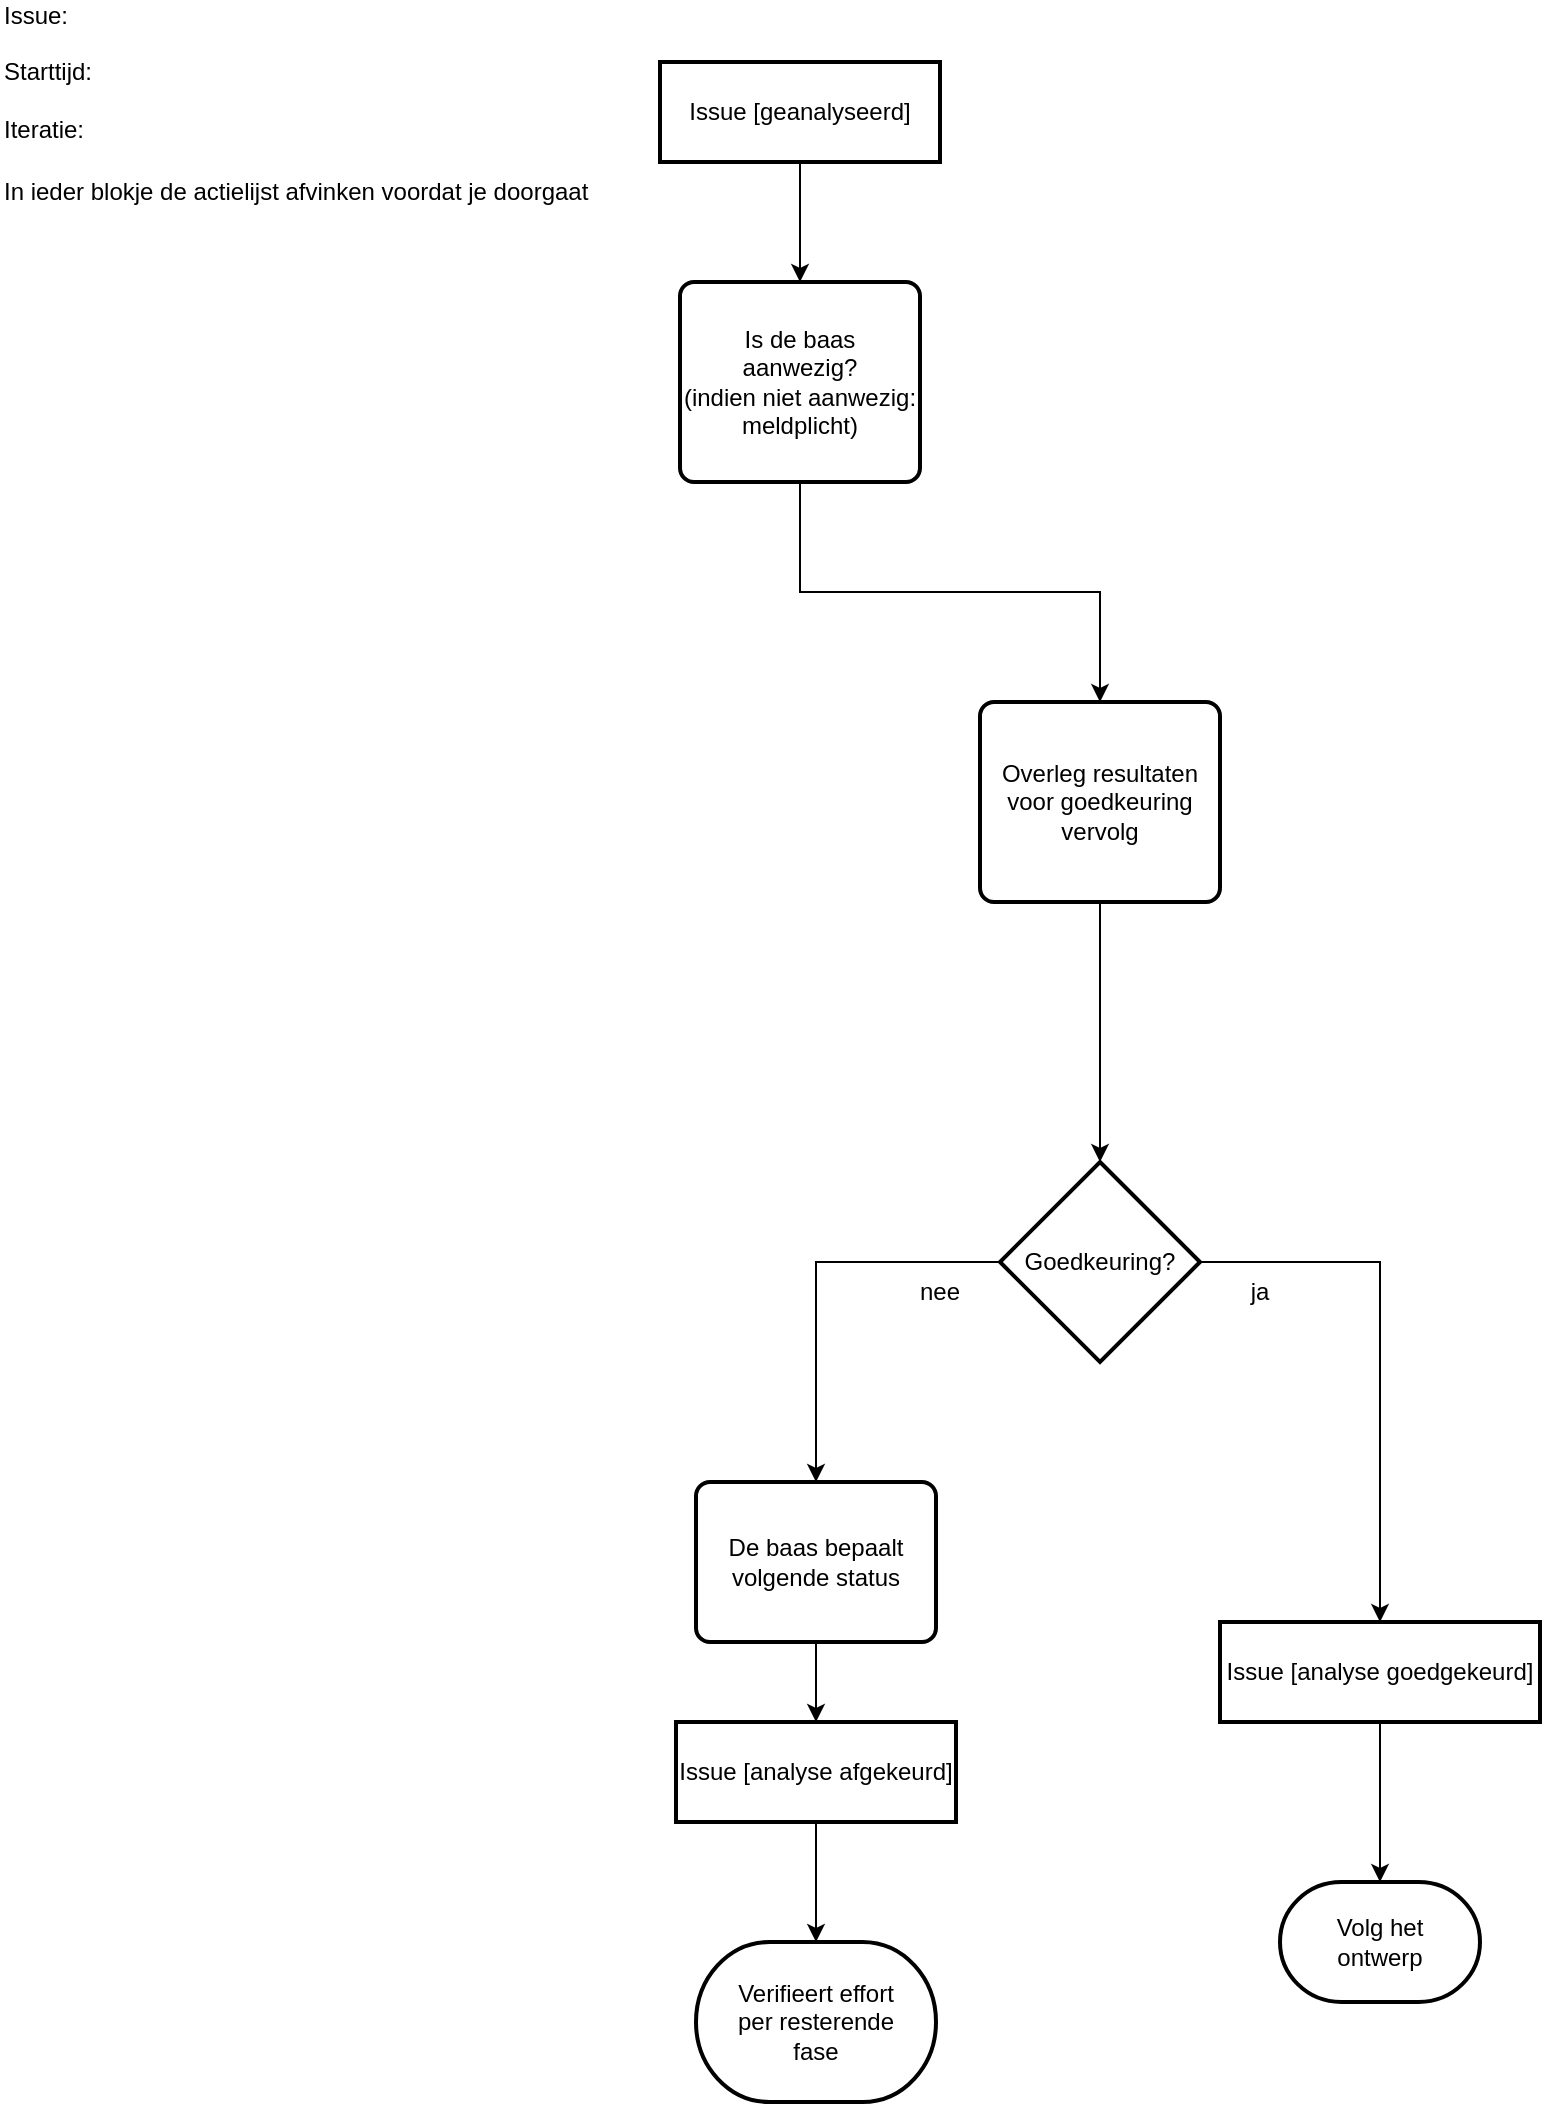
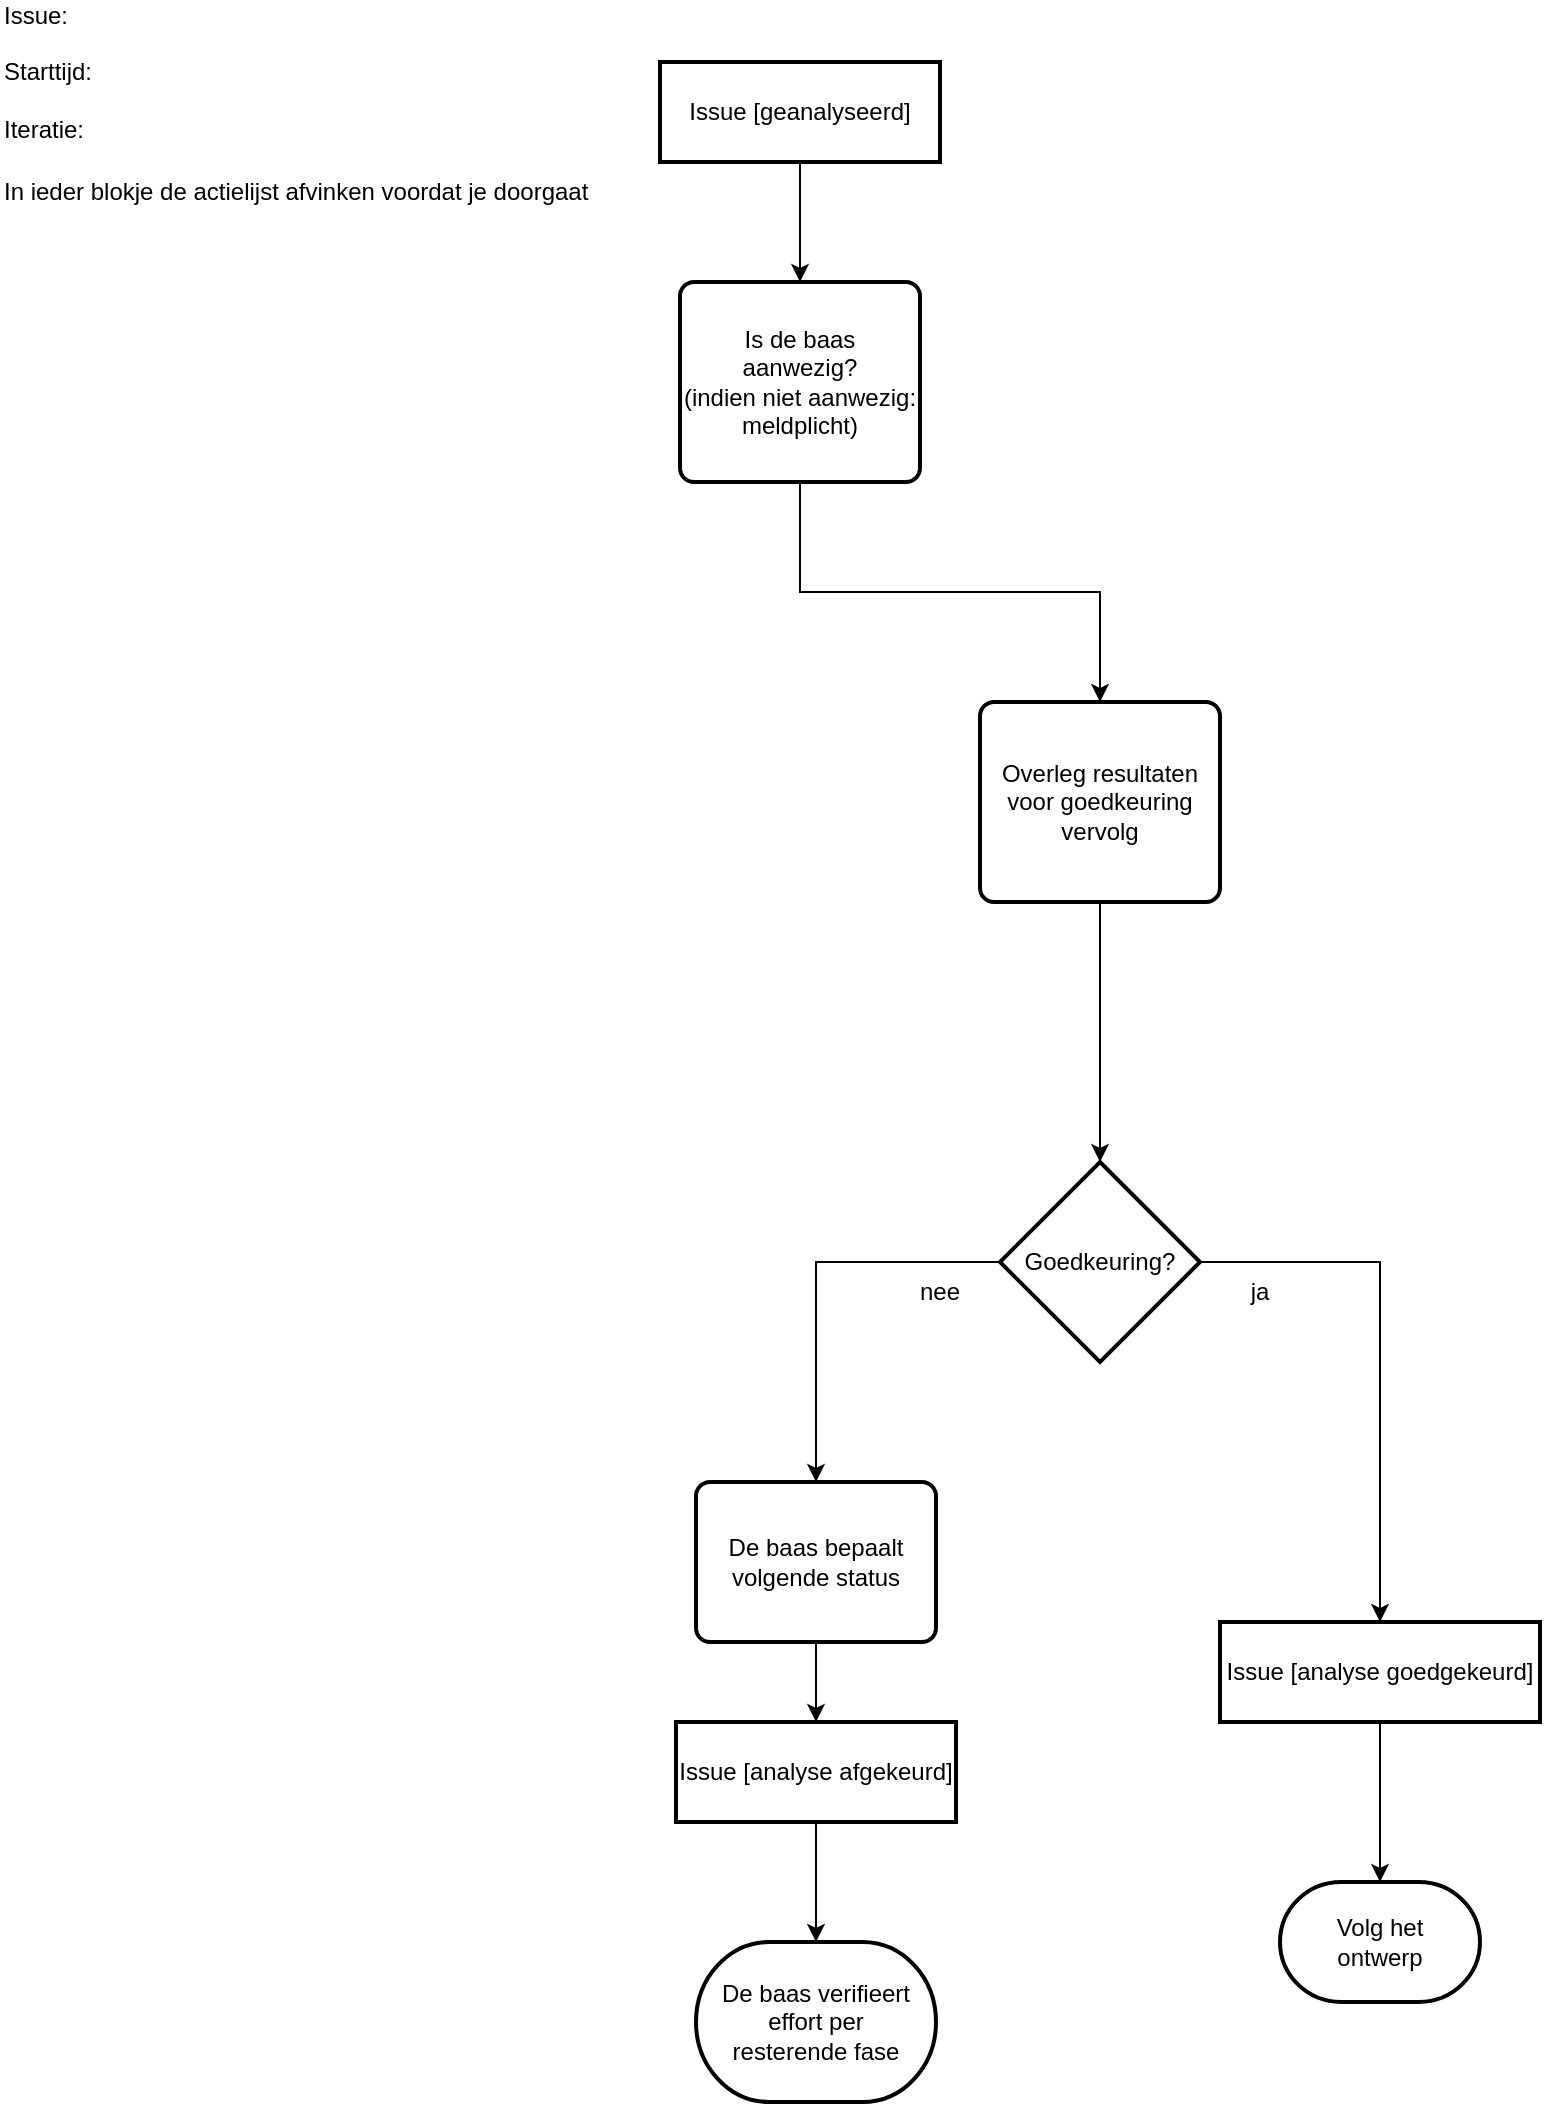
<mxfile host="Electron" agent="Mozilla/5.0 (Windows NT 10.0; Win64; x64) AppleWebKit/537.36 (KHTML, like Gecko) Chrome/143.0.0.0 Safari/537.36">
  <diagram name="Page-1" id="dRIuHNPxK5ljcTMTVuEa">
    <mxGraphModel dx="842" dy="576" grid="1" gridSize="10" guides="1" tooltips="1" connect="1" arrows="1" fold="1" page="1" pageScale="1" pageWidth="827" pageHeight="1169" math="0" shadow="0">
      <root>
        <mxCell id="0" />
        <mxCell id="1" parent="0" />
        <mxCell id="2NNRtmBDYVnEMtFiFuyq-45" edge="1" parent="1" source="2NNRtmBDYVnEMtFiFuyq-46" style="edgeStyle=orthogonalEdgeStyle;rounded=0;orthogonalLoop=1;jettySize=auto;html=1;entryX=0.5;entryY=0;entryDx=0;entryDy=0;" target="2NNRtmBDYVnEMtFiFuyq-48" value="">
          <mxGeometry relative="1" as="geometry" />
        </mxCell>
        <object label="Issue [geanalyseerd]" Action="401" id="2NNRtmBDYVnEMtFiFuyq-46">
          <mxCell parent="1" style="rounded=0;whiteSpace=wrap;html=1;strokeWidth=2;" vertex="1">
            <mxGeometry height="50" width="140" x="340" y="40" as="geometry" />
          </mxCell>
        </object>
        <mxCell id="2NNRtmBDYVnEMtFiFuyq-47" edge="1" parent="1" source="2NNRtmBDYVnEMtFiFuyq-48" style="edgeStyle=orthogonalEdgeStyle;rounded=0;orthogonalLoop=1;jettySize=auto;html=1;exitX=0.5;exitY=1;exitDx=0;exitDy=0;entryX=0.5;entryY=0;entryDx=0;entryDy=0;" target="2NNRtmBDYVnEMtFiFuyq-53">
          <mxGeometry relative="1" as="geometry" />
        </mxCell>
        <object label="Is de baas&lt;br&gt;aanwezig?&lt;br&gt;(indien niet aanwezig:&lt;br&gt;meldplicht)" Action="402" id="2NNRtmBDYVnEMtFiFuyq-48">
          <mxCell parent="1" style="rounded=1;whiteSpace=wrap;html=1;absoluteArcSize=1;arcSize=14;strokeWidth=2;" vertex="1">
            <mxGeometry height="100" width="120" x="350" y="150" as="geometry" />
          </mxCell>
        </object>
        <mxCell id="2NNRtmBDYVnEMtFiFuyq-52" edge="1" parent="1" source="2NNRtmBDYVnEMtFiFuyq-53" style="edgeStyle=orthogonalEdgeStyle;rounded=0;orthogonalLoop=1;jettySize=auto;html=1;exitX=0.5;exitY=1;exitDx=0;exitDy=0;entryX=0.5;entryY=0;entryDx=0;entryDy=0;entryPerimeter=0;" target="2NNRtmBDYVnEMtFiFuyq-57">
          <mxGeometry relative="1" as="geometry" />
        </mxCell>
        <object label="Overleg resultaten&lt;br&gt;voor goedkeuring&lt;br&gt;vervolg" Action="404" id="2NNRtmBDYVnEMtFiFuyq-53">
          <mxCell parent="1" style="rounded=1;whiteSpace=wrap;html=1;absoluteArcSize=1;arcSize=14;strokeWidth=2;" vertex="1">
            <mxGeometry height="100" width="120" x="500" y="360" as="geometry" />
          </mxCell>
        </object>
        <object label="Goedkeuring?" Action="406" id="2NNRtmBDYVnEMtFiFuyq-57">
          <mxCell parent="1" style="strokeWidth=2;html=1;shape=mxgraph.flowchart.decision;whiteSpace=wrap;" vertex="1">
            <mxGeometry height="100" width="100" x="510" y="590" as="geometry" />
          </mxCell>
        </object>
        <object label="Volg het&lt;br&gt;ontwerp" Action="406T" id="2NNRtmBDYVnEMtFiFuyq-58">
          <mxCell parent="1" style="strokeWidth=2;html=1;shape=mxgraph.flowchart.terminator;whiteSpace=wrap;" vertex="1">
            <mxGeometry height="60" width="100" x="650" y="950" as="geometry" />
          </mxCell>
        </object>
        <mxCell id="2NNRtmBDYVnEMtFiFuyq-59" edge="1" parent="1" source="2NNRtmBDYVnEMtFiFuyq-57" style="edgeStyle=orthogonalEdgeStyle;rounded=0;orthogonalLoop=1;jettySize=auto;html=1;exitX=1;exitY=0.5;exitDx=0;exitDy=0;exitPerimeter=0;entryX=0.5;entryY=0;entryDx=0;entryDy=0;" target="object_analyse_goedgekeurd">
          <mxGeometry relative="1" as="geometry" />
        </mxCell>
        <object label="Issue [analyse goedgekeurd]" id="object_analyse_goedgekeurd">
          <mxCell parent="1" style="rounded=0;whiteSpace=wrap;html=1;strokeWidth=2;" vertex="1">
            <mxGeometry height="50" width="160" x="620" y="820" as="geometry" />
          </mxCell>
        </object>
        <mxCell id="edge_goedgekeurd_to_terminator" edge="1" parent="1" source="object_analyse_goedgekeurd" style="edgeStyle=orthogonalEdgeStyle;rounded=0;orthogonalLoop=1;jettySize=auto;html=1;" target="2NNRtmBDYVnEMtFiFuyq-58" value="">
          <mxGeometry relative="1" as="geometry" />
        </mxCell>
        <mxCell id="2NNRtmBDYVnEMtFiFuyq-60" parent="1" style="text;html=1;whiteSpace=wrap;strokeColor=none;fillColor=none;align=center;verticalAlign=middle;rounded=0;" value="ja" vertex="1">
          <mxGeometry height="30" width="60" x="610" y="640" as="geometry" />
        </mxCell>
        <object label="De baas bepaalt&lt;br&gt;volgende status" Action="406F" id="2NNRtmBDYVnEMtFiFuyq-61">
          <mxCell parent="1" style="rounded=1;whiteSpace=wrap;html=1;absoluteArcSize=1;arcSize=14;strokeWidth=2;" vertex="1">
            <mxGeometry height="80" width="120" x="358" y="750" as="geometry" />
          </mxCell>
        </object>
        <mxCell id="2NNRtmBDYVnEMtFiFuyq-62" edge="1" parent="1" source="2NNRtmBDYVnEMtFiFuyq-57" style="edgeStyle=orthogonalEdgeStyle;rounded=0;orthogonalLoop=1;jettySize=auto;html=1;exitX=0;exitY=0.5;exitDx=0;exitDy=0;exitPerimeter=0;entryX=0.5;entryY=0;entryDx=0;entryDy=0;" target="2NNRtmBDYVnEMtFiFuyq-61">
          <mxGeometry relative="1" as="geometry" />
        </mxCell>
        <mxCell id="2NNRtmBDYVnEMtFiFuyq-63" parent="1" style="text;html=1;whiteSpace=wrap;strokeColor=none;fillColor=none;align=center;verticalAlign=middle;rounded=0;" value="nee" vertex="1">
          <mxGeometry height="30" width="60" x="450" y="640" as="geometry" />
        </mxCell>
        <mxCell id="2NNRtmBDYVnEMtFiFuyq-64" parent="1" style="text;html=1;align=left;verticalAlign=middle;whiteSpace=wrap;rounded=0;" value="Issue:&amp;nbsp; &amp;nbsp;&lt;br&gt;&lt;br&gt;Starttijd:&lt;br&gt;&lt;br&gt;Iteratie:&amp;nbsp;" vertex="1">
          <mxGeometry height="30" width="60" x="10" y="30" as="geometry" />
        </mxCell>
        <mxCell id="2NNRtmBDYVnEMtFiFuyq-65" parent="1" style="text;html=1;whiteSpace=wrap;strokeColor=none;fillColor=none;align=left;verticalAlign=middle;rounded=0;labelPosition=center;verticalLabelPosition=middle;" value="In ieder blokje de actielijst afvinken voordat je doorgaat" vertex="1">
          <mxGeometry height="30" width="300" x="10" y="90" as="geometry" />
        </mxCell>
-         <object label="Verifieert effort&lt;br&gt;per resterende&lt;br&gt;fase" Action="406G" id="2NNRtmBDYVnEMtFiFuyq-70">
+         <object label="De baas verifieert&lt;br&gt;effort per&lt;br&gt;resterende fase" Action="406G" id="2NNRtmBDYVnEMtFiFuyq-70">
          <mxCell parent="1" style="strokeWidth=2;html=1;shape=mxgraph.flowchart.terminator;whiteSpace=wrap;" vertex="1">
            <mxGeometry height="80" width="120" x="358" y="980" as="geometry" />
          </mxCell>
        </object>
        <mxCell id="2NNRtmBDYVnEMtFiFuyq-71" edge="1" parent="1" source="2NNRtmBDYVnEMtFiFuyq-61" style="edgeStyle=orthogonalEdgeStyle;rounded=0;orthogonalLoop=1;jettySize=auto;html=1;exitX=0.5;exitY=1;exitDx=0;exitDy=0;entryX=0.5;entryY=0;entryDx=0;entryDy=0;" target="object_analyse_afgekeurd">
          <mxGeometry relative="1" as="geometry" />
        </mxCell>
        <object label="Issue [analyse afgekeurd]" id="object_analyse_afgekeurd">
          <mxCell parent="1" style="rounded=0;whiteSpace=wrap;html=1;strokeWidth=2;" vertex="1">
            <mxGeometry height="50" width="140" x="348" y="870" as="geometry" />
          </mxCell>
        </object>
        <mxCell id="edge_afgekeurd_to_terminator" edge="1" parent="1" source="object_analyse_afgekeurd" style="edgeStyle=orthogonalEdgeStyle;rounded=0;orthogonalLoop=1;jettySize=auto;html=1;" target="2NNRtmBDYVnEMtFiFuyq-70" value="">
          <mxGeometry relative="1" as="geometry" />
        </mxCell>
      </root>
    </mxGraphModel>
  </diagram>
</mxfile>
